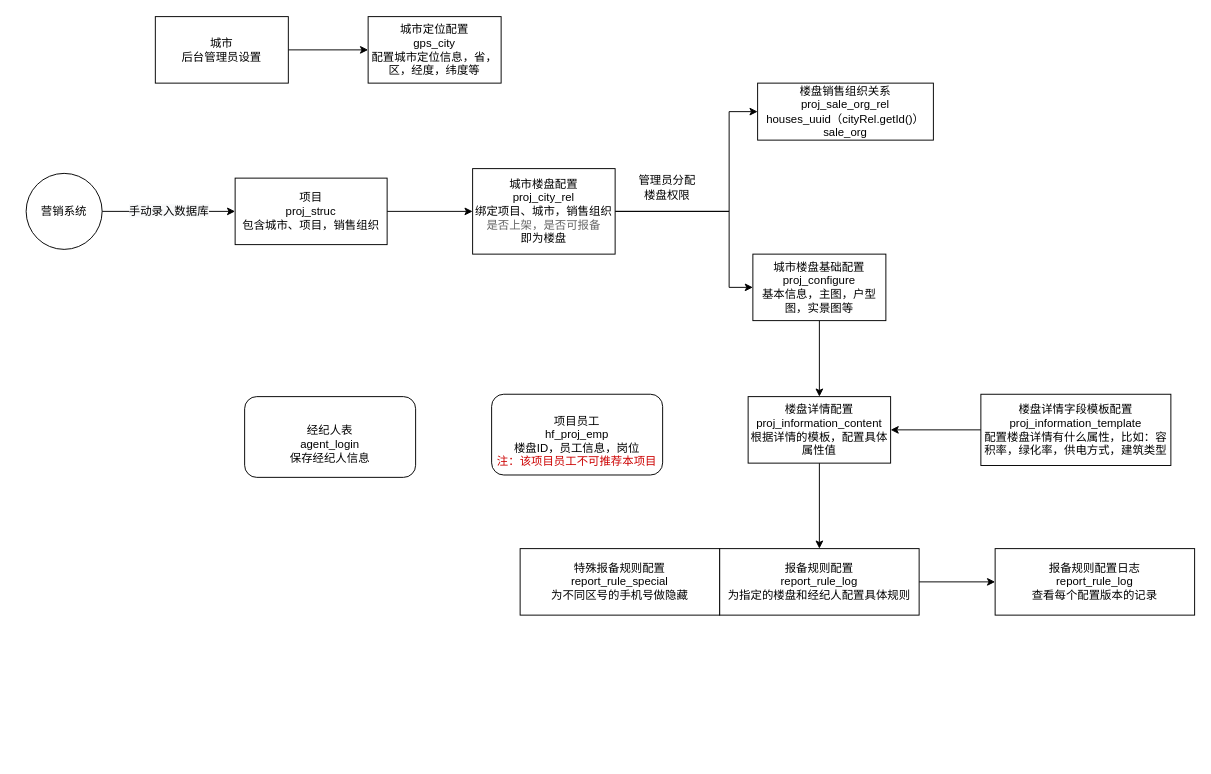
Above: 全民营销.drawio in juesuchen/diagrams (draw.io), before the change. Source tidied: cells renumbered, new cells numbered last; positions are measured from the earlier drawing's top-left corner, leaving out a move shared by most shapes. Both pictures are drawn from the tidied source at 95%, with x=0, y=0 at pixel (26, 16).
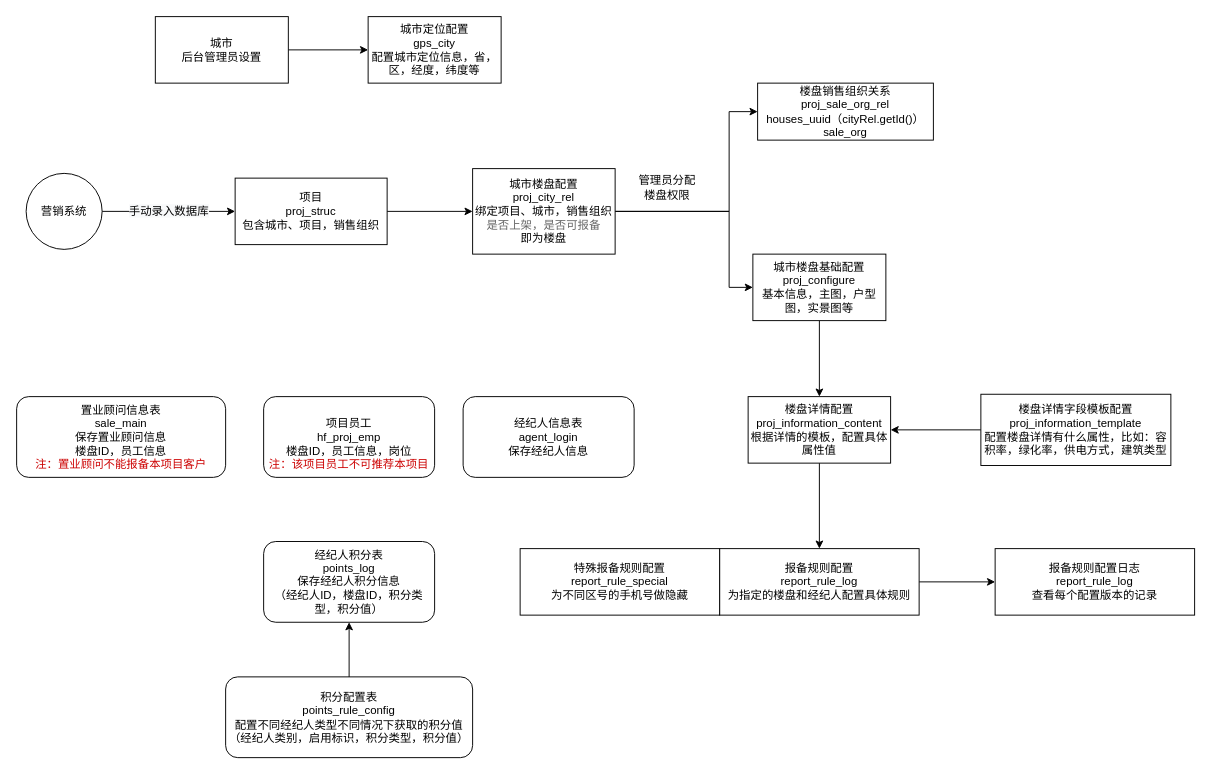
The same page after the edit.

Commit message:
更新全民营销.drawio

Change to the diagram source:
```diff
@@
     <mxCell id="24" value="&lt;br&gt;项目员工&lt;br&gt;hf_proj_emp&lt;br&gt;楼盘ID，员工信息，岗位&lt;br&gt;&lt;font color=&quot;#cc0000&quot;&gt;注：该项目员工不可推荐本项目&lt;/font&gt;" style="rounded=1;whiteSpace=wrap;html=1;" parent="1" vertex="1">
-      <mxGeometry x="490" y="397.5" width="180" height="85" as="geometry" />
+      <mxGeometry x="250" y="400" width="180" height="85" as="geometry" />
     </mxCell>
-    <mxCell id="25" value="&lt;br&gt;经纪人表&lt;br&gt;agent_login&lt;br&gt;保存经纪人信息" style="rounded=1;whiteSpace=wrap;html=1;" parent="1" vertex="1">
-      <mxGeometry x="230" y="400" width="180" height="85" as="geometry" />
+    <mxCell id="25" value="经纪人信息表&lt;br&gt;agent_login&lt;br&gt;保存经纪人信息" style="rounded=1;whiteSpace=wrap;html=1;" parent="1" vertex="1">
+      <mxGeometry x="460" y="400" width="180" height="85" as="geometry" />
     </mxCell>
+    <mxCell id="26" value="置业顾问信息表&lt;br&gt;sale_main&lt;br&gt;保存置业顾问信息&lt;br&gt;楼盘ID，员工信息&lt;br&gt;&lt;font color=&quot;#cc0000&quot;&gt;注：置业顾问不能报备本项目客户&lt;/font&gt;" style="rounded=1;whiteSpace=wrap;html=1;" parent="1" vertex="1">
+      <mxGeometry x="-10" y="400" width="220" height="85" as="geometry" />
+    </mxCell>
+    <mxCell id="27" value="经纪人积分表&lt;br&gt;points_log&lt;br&gt;保存经纪人积分信息&lt;br&gt;（经纪人ID，楼盘ID，积分类型，积分值）" style="rounded=1;whiteSpace=wrap;html=1;" parent="1" vertex="1">
+      <mxGeometry x="250" y="552.5" width="180" height="85" as="geometry" />
+    </mxCell>
+    <mxCell id="28" style="edgeStyle=orthogonalEdgeStyle;rounded=0;jettySize=auto;html=1;" parent="1" edge="1" source="29" target="27">
+      <mxGeometry relative="1" as="geometry" />
+    </mxCell>
+    <mxCell id="29" value="积分配置表&lt;br&gt;points_rule_config&lt;br&gt;配置不同经纪人类型不同情况下获取的积分值&lt;br&gt;（经纪人类别，启用标识，积分类型，积分值）" style="rounded=1;whiteSpace=wrap;html=1;" parent="1" vertex="1">
+      <mxGeometry x="210" y="695" width="260" height="85" as="geometry" />
+    </mxCell>
```
